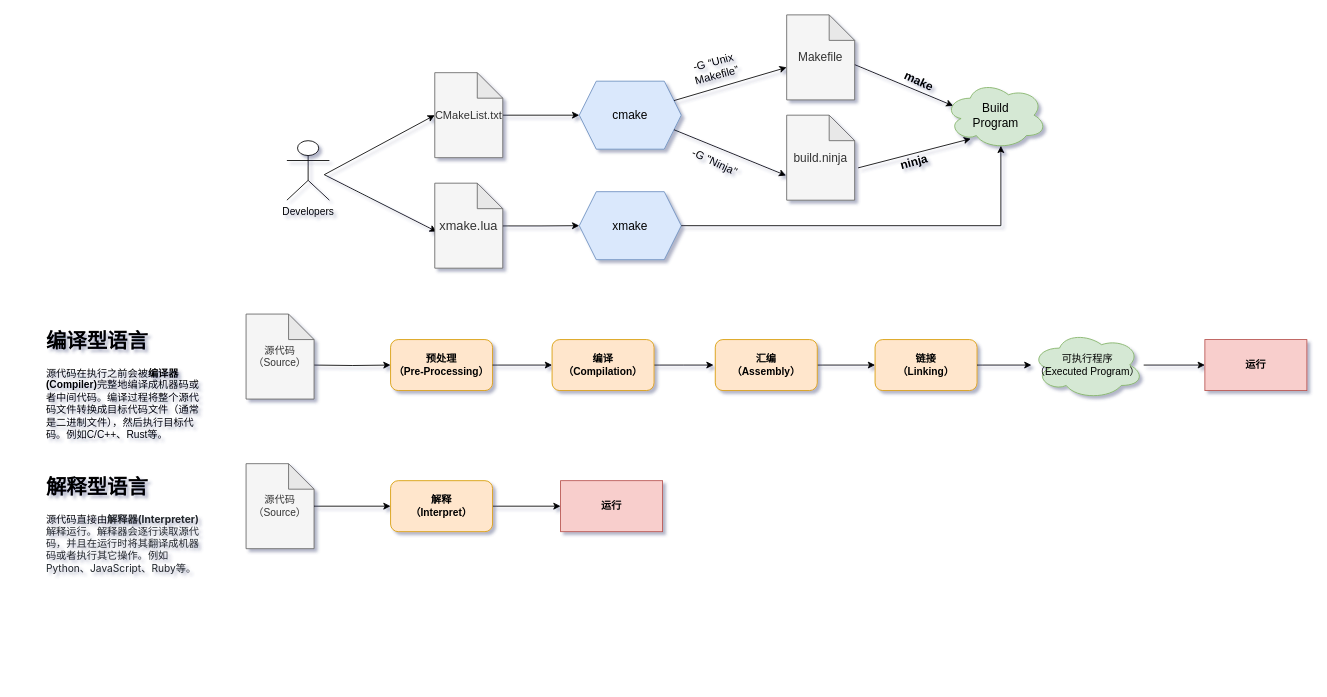
The draw.io diagram page "第 1 页" (1 of 3) of Java/temp.drawio in Sstmtz/draw.io-, before the edit. Source tidied: cells renumbered, new cells numbered last; positions are measured from the earlier drawing's top-left corner, leaving out a move shared by most shapes. Both pictures are drawn from the tidied source at 85%, with x=0, y=0 at pixel (42, 14).
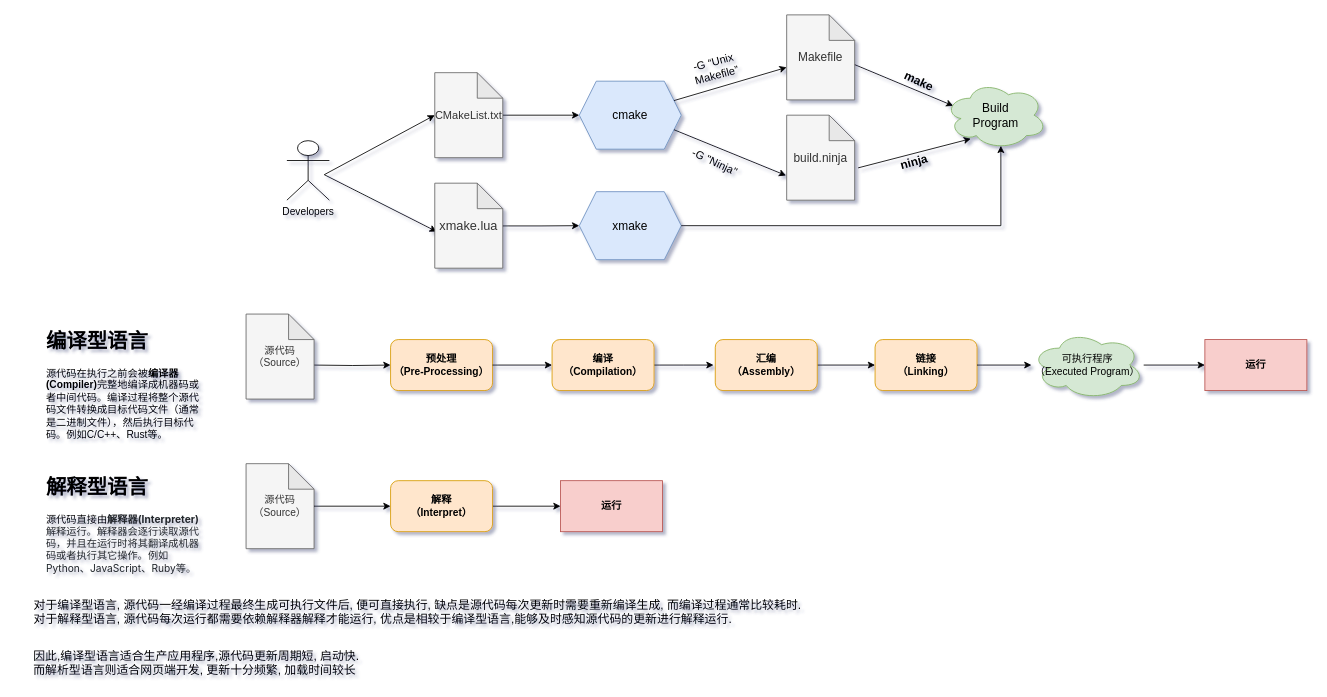
After the change.

Change to the diagram source:
```diff
@@
+    <mxCell id="45" value="&lt;div style=&quot;text-align: left;&quot;&gt;&lt;span style=&quot;font-size: 14px; background-color: initial;&quot;&gt;对于编译型语言, 源代码一经编译过程最终生成可执行文件后, 便可直接执行, 缺点是源代码每次更新时需要重新编译生成, 而编译过程通常比较耗时.&lt;/span&gt;&lt;/div&gt;&lt;font style=&quot;font-size: 14px;&quot;&gt;&lt;div style=&quot;text-align: left;&quot;&gt;&lt;span style=&quot;background-color: initial;&quot;&gt;对于解释型语言, 源代码每次运行都需要依赖解释器解释才能运行, 优点是相较于编译型语言,能够及时感知源代码的更新进行解释运行.&lt;/span&gt;&lt;/div&gt;&lt;/font&gt;" style="text;html=1;align=center;verticalAlign=middle;whiteSpace=wrap;rounded=0;" parent="1" vertex="1">
+      <mxGeometry x="-32" y="696" width="948" height="12" as="geometry" />
+    </mxCell>
+    <mxCell id="46" value="&lt;font style=&quot;font-size: 14px;&quot;&gt;因此,编译型语言适合生产应用程序,源代码更新周期短, 启动快.&lt;br&gt;而解析型语言则适合网页端开发, 更新十分频繁, 加载时间较长&lt;/font&gt;" style="text;html=1;align=left;verticalAlign=middle;whiteSpace=wrap;rounded=0;" parent="1" vertex="1">
+      <mxGeometry x="-12" y="756" width="636" height="12" as="geometry" />
+    </mxCell>
```
